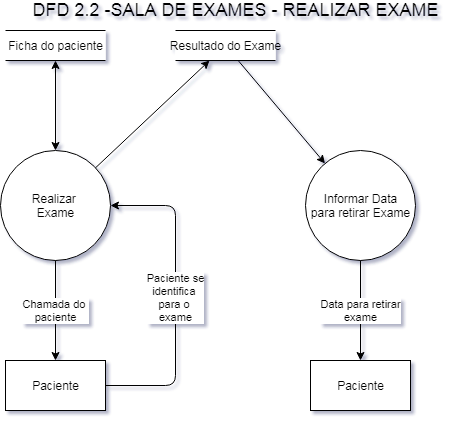
The draw.io diagram documentation/16 DFD 2.2 Realizar Exame.png in gabrielsarti-impacta/ope, before a commit. Source tidied: cells renumbered, new cells last; positions are measured from the earlier drawing's top-left corner, leaving out a move shared by most shapes.
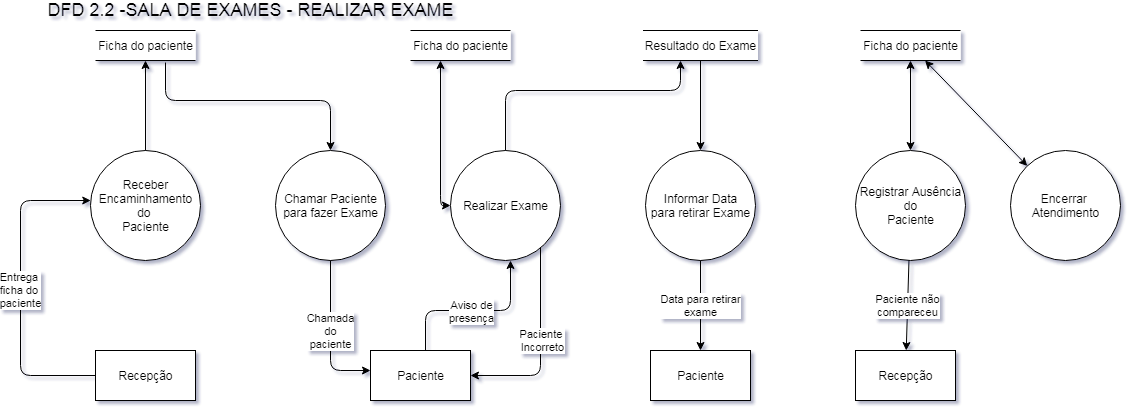
Above is the later version.

Diff of the diagram source:
```diff
@@ -3,41 +3,38 @@
     <mxCell id="0" />
     <mxCell id="1" parent="0" />
     <mxCell id="2" value="Ficha do paciente" style="html=1;dashed=0;whitespace=wrap;shape=partialRectangle;right=0;left=0;" parent="1" vertex="1">
-      <mxGeometry x="5" y="30" width="100" height="30" as="geometry" />
+      <mxGeometry x="80" y="30" width="100" height="30" as="geometry" />
     </mxCell>
-    <mxCell id="3" value="Realizar&amp;nbsp;&lt;br&gt;Exame" style="shape=ellipse;html=1;dashed=0;whitespace=wrap;perimeter=ellipsePerimeter;" parent="1" vertex="1">
-      <mxGeometry y="150" width="110" height="110" as="geometry" />
+    <mxCell id="3" value="Receber&lt;br&gt;Encaminhamento&lt;br&gt;do&amp;nbsp;&lt;br&gt;Paciente" style="shape=ellipse;html=1;dashed=0;whitespace=wrap;perimeter=ellipsePerimeter;" parent="1" vertex="1">
+      <mxGeometry x="75" y="150" width="110" height="110" as="geometry" />
     </mxCell>
-    <mxCell id="4" style="endArrow=classic;html=1;startArrow=classic;startFill=1;" parent="1" edge="1" source="2" target="3">
+    <mxCell id="4" style="endArrow=none;html=1;startArrow=classic;startFill=1;endFill=0;" parent="1" edge="1" source="2" target="3">
       <mxGeometry relative="1" as="geometry" />
     </mxCell>
-    <mxCell id="5" style="endArrow=classic;html=1;" parent="1" edge="1" source="3" target="6">
-      <mxGeometry relative="1" as="geometry" />
-    </mxCell>
     <mxCell id="6" value="Resultado do Exame" style="html=1;dashed=0;whitespace=wrap;shape=partialRectangle;right=0;left=0;" parent="1" vertex="1">
-      <mxGeometry x="175" y="30" width="100" height="30" as="geometry" />
+      <mxGeometry x="627.5" y="30" width="115" height="30" as="geometry" />
     </mxCell>
-    <mxCell id="7" value="Paciente" style="html=1;dashed=0;whitespace=wrap;" parent="1" vertex="1">
-      <mxGeometry x="5" y="360" width="100" height="50" as="geometry" />
+    <mxCell id="7" value="Recepção" style="html=1;dashed=0;whitespace=wrap;" parent="1" vertex="1">
+      <mxGeometry x="80" y="350" width="100" height="50" as="geometry" />
     </mxCell>
-    <mxCell id="8" value="Chamada do&amp;nbsp;&lt;br&gt;paciente" style="endArrow=classic;html=1;" parent="1" edge="1" source="3" target="7">
-      <mxGeometry relative="1" as="geometry" />
-    </mxCell>
+    <mxCell id="15" value="Paciente" style="html=1;dashed=0;whitespace=wrap;" parent="1" vertex="1">
+      <mxGeometry x="355" y="350" width="100" height="50" as="geometry" />
+    </mxCell>
-    <mxCell id="9" value="Paciente se&lt;br&gt;identifica&amp;nbsp;&lt;br&gt;para o&amp;nbsp;&lt;br&gt;exame" style="endArrow=classic;html=1;edgeStyle=elbowEdgeStyle;" parent="1" edge="1" source="7" target="3">
+    <mxCell id="9" value="Entrega&amp;nbsp;&lt;br&gt;ficha do&amp;nbsp;&lt;br&gt;paciente" style="endArrow=classic;html=1;edgeStyle=elbowEdgeStyle;" parent="1" edge="1" source="7" target="3">
       <mxGeometry relative="1" as="geometry">
         <Array as="points">
-          <mxPoint x="175" y="290" />
+          <mxPoint x="5" y="200" />
         </Array>
       </mxGeometry>
     </mxCell>
     <mxCell id="10" value="Informar Data&lt;br&gt;para retirar Exame" style="shape=ellipse;html=1;dashed=0;whitespace=wrap;perimeter=ellipsePerimeter;" parent="1" vertex="1">
-      <mxGeometry x="305" y="150" width="110" height="110" as="geometry" />
+      <mxGeometry x="630" y="150" width="110" height="110" as="geometry" />
     </mxCell>
     <mxCell id="11" style="endArrow=classic;html=1;" parent="1" edge="1" source="6" target="10">
       <mxGeometry relative="1" as="geometry" />
     </mxCell>
     <mxCell id="12" value="Paciente" style="html=1;dashed=0;whitespace=wrap;" parent="1" vertex="1">
-      <mxGeometry x="310" y="360" width="100" height="50" as="geometry" />
+      <mxGeometry x="635" y="350" width="100" height="50" as="geometry" />
     </mxCell>
     <mxCell id="13" value="Data para retirar&lt;br&gt;exame" style="endArrow=classic;html=1;" parent="1" edge="1" source="10" target="12">
       <mxGeometry relative="1" as="geometry" />
@@ -45,5 +42,92 @@
     <mxCell id="14" value="&lt;font style=&quot;font-size: 18px&quot;&gt;DFD 2.2 -SALA DE EXAMES - REALIZAR EXAME&lt;/font&gt;" style="text;html=1;align=center;verticalAlign=middle;" parent="1" vertex="1">
       <mxGeometry x="25" width="420" height="20" as="geometry" />
     </mxCell>
+    <mxCell id="16" value="Chamar Paciente&lt;br&gt;para fazer Exame" style="shape=ellipse;html=1;dashed=0;whitespace=wrap;perimeter=ellipsePerimeter;" parent="1" vertex="1">
+      <mxGeometry x="260" y="150" width="110" height="110" as="geometry" />
+    </mxCell>
+    <mxCell id="8" value="Chamada&lt;br&gt;do&lt;br&gt;paciente" style="endArrow=classic;html=1;edgeStyle=orthogonalEdgeStyle;" parent="1" edge="1" source="16" target="15">
+      <mxGeometry x="-0.05" relative="1" as="geometry">
+        <Array as="points">
+          <mxPoint x="315" y="370" />
+        </Array>
+      </mxGeometry>
+    </mxCell>
+    <mxCell id="17" style="endArrow=none;html=1;entryX=0.7;entryY=1.067;entryDx=0;entryDy=0;entryPerimeter=0;edgeStyle=orthogonalEdgeStyle;startArrow=classic;startFill=1;endFill=0;" parent="1" edge="1" source="16" target="2">
+      <mxGeometry relative="1" as="geometry">
+        <Array as="points">
+          <mxPoint x="315" y="100" />
+          <mxPoint x="150" y="100" />
+        </Array>
+      </mxGeometry>
+    </mxCell>
+    <mxCell id="18" value="Realizar Exame" style="shape=ellipse;html=1;dashed=0;whitespace=wrap;perimeter=ellipsePerimeter;" parent="1" vertex="1">
+      <mxGeometry x="435" y="150" width="110" height="110" as="geometry" />
+    </mxCell>
+    <mxCell id="19" style="endArrow=classic;html=1;edgeStyle=orthogonalEdgeStyle;" parent="1" edge="1">
+      <mxGeometry relative="1" as="geometry">
+        <mxPoint x="410" y="350" as="sourcePoint" />
+        <mxPoint x="495" y="260" as="targetPoint" />
+        <Array as="points">
+          <mxPoint x="410" y="310" />
+          <mxPoint x="495" y="310" />
+        </Array>
+      </mxGeometry>
+    </mxCell>
+    <mxCell id="20" value="Aviso de&lt;br&gt;presença" style="edgeLabel;html=1;align=center;verticalAlign=middle;" parent="19" vertex="1">
+      <mxGeometry x="0.04" y="44" relative="1" as="geometry">
+        <mxPoint x="-6" y="44" as="offset" />
+      </mxGeometry>
+    </mxCell>
+    <mxCell id="21" style="endArrow=classic;html=1;edgeStyle=orthogonalEdgeStyle;" parent="1" edge="1" source="18" target="6">
+      <mxGeometry relative="1" as="geometry">
+        <Array as="points">
+          <mxPoint x="490" y="90" />
+          <mxPoint x="665" y="90" />
+        </Array>
+      </mxGeometry>
+    </mxCell>
+    <mxCell id="22" value="Ficha do paciente" style="html=1;dashed=0;whitespace=wrap;shape=partialRectangle;right=0;left=0;" parent="1" vertex="1">
+      <mxGeometry x="395" y="30" width="100" height="30" as="geometry" />
+    </mxCell>
+    <mxCell id="23" style="endArrow=classic;html=1;edgeStyle=orthogonalEdgeStyle;startArrow=classic;startFill=1;" parent="1" edge="1" source="18" target="22">
+      <mxGeometry relative="1" as="geometry">
+        <Array as="points">
+          <mxPoint x="425" y="205" />
+        </Array>
+      </mxGeometry>
+    </mxCell>
+    <mxCell id="24" value="Registrar Ausência&lt;br&gt;do&lt;br&gt;Paciente" style="shape=ellipse;html=1;dashed=0;whitespace=wrap;perimeter=ellipsePerimeter;" parent="1" vertex="1">
+      <mxGeometry x="840" y="150" width="110" height="110" as="geometry" />
+    </mxCell>
+    <mxCell id="25" value="Ficha do paciente" style="html=1;dashed=0;whitespace=wrap;shape=partialRectangle;right=0;left=0;" parent="1" vertex="1">
+      <mxGeometry x="845" y="30" width="100" height="30" as="geometry" />
+    </mxCell>
+    <mxCell id="26" style="endArrow=classic;startArrow=classic;html=1;" parent="1" edge="1" source="24" target="25">
+      <mxGeometry relative="1" as="geometry" />
+    </mxCell>
+    <mxCell id="27" value="Recepção" style="html=1;dashed=0;whitespace=wrap;" parent="1" vertex="1">
+      <mxGeometry x="840" y="350" width="100" height="50" as="geometry" />
+    </mxCell>
+    <mxCell id="28" value="Paciente não&lt;br&gt;compareceu" style="endArrow=classic;html=1;" parent="1" edge="1" source="24" target="27">
+      <mxGeometry relative="1" as="geometry" />
+    </mxCell>
+    <mxCell id="29" style="endArrow=classic;html=1;edgeStyle=orthogonalEdgeStyle;" parent="1" edge="1" source="18" target="15">
+      <mxGeometry relative="1" as="geometry">
+        <Array as="points">
+          <mxPoint x="525" y="375" />
+        </Array>
+      </mxGeometry>
+    </mxCell>
+    <mxCell id="30" value="Paciente &lt;br&gt;Incorreto" style="edgeLabel;html=1;align=center;verticalAlign=middle;" parent="29" vertex="1">
+      <mxGeometry x="-0.19" y="1" relative="1" as="geometry">
+        <mxPoint y="12.6" as="offset" />
+      </mxGeometry>
+    </mxCell>
+    <mxCell id="31" value="Encerrar&amp;nbsp;&lt;br&gt;Atendimento" style="shape=ellipse;html=1;dashed=0;whitespace=wrap;perimeter=ellipsePerimeter;" parent="1" vertex="1">
+      <mxGeometry x="995" y="150" width="110" height="110" as="geometry" />
+    </mxCell>
+    <mxCell id="32" style="endArrow=classic;startArrow=classic;html=1;" parent="1" edge="1" source="31" target="25">
+      <mxGeometry relative="1" as="geometry" />
+    </mxCell>
   </root>
 </mxGraphModel>
```
